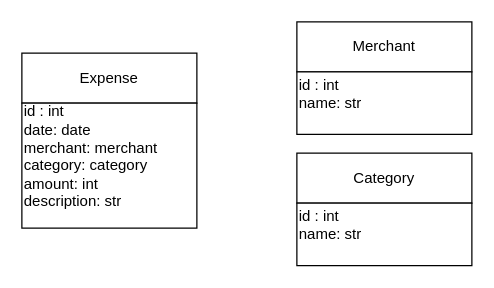
The draw.io diagram page "classes" (1 of 3) of diagrams_expense_tracker.drawio in sandramolina/pythonic_expense_tracker, before the edit. Source tidied: cells renumbered, new cells numbered last; positions are measured from the earlier drawing's top-left corner, leaving out a move shared by most shapes. Both pictures are drawn from the tidied source at 125%, with x=0, y=0 at pixel (21, 21).
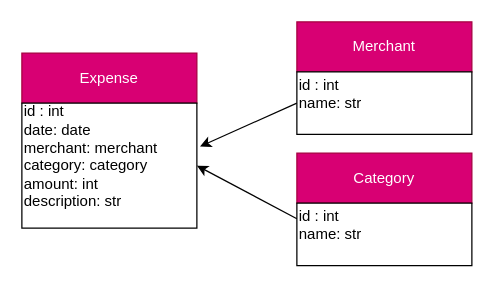
The same page after the edit.

Commit message:
adds basic objects diagrams

Diff of the diagram source:
```diff
@@
 <mxGraphModel>
   <root>
     <mxCell id="0" />
     <mxCell id="1" parent="0" />
-    <mxCell id="2" value="Expense" style="whiteSpace=wrap;html=1;" parent="1" vertex="1">
+    <mxCell id="2" value="Expense" style="whiteSpace=wrap;html=1;fillColor=#d80073;fontColor=#ffffff;strokeColor=#A50040;" parent="1" vertex="1">
       <mxGeometry y="25" width="140" height="40" as="geometry" />
     </mxCell>
     <mxCell id="3" value="&lt;div&gt;&lt;span&gt;id : int&lt;/span&gt;&lt;/div&gt;&lt;div&gt;&lt;span&gt;date: date&lt;/span&gt;&lt;/div&gt;&lt;div&gt;&lt;span&gt;merchant: merchant&lt;/span&gt;&lt;/div&gt;&lt;div&gt;&lt;span&gt;category: category&lt;/span&gt;&lt;/div&gt;&lt;div&gt;&lt;span&gt;amount: int&lt;/span&gt;&lt;/div&gt;&lt;div&gt;&lt;span&gt;description: str&lt;/span&gt;&lt;/div&gt;&lt;div&gt;&lt;span&gt;&lt;br&gt;&lt;/span&gt;&lt;/div&gt;" style="whiteSpace=wrap;html=1;align=left;" parent="1" vertex="1">
       <mxGeometry y="65" width="140" height="100" as="geometry" />
     </mxCell>
-    <mxCell id="4" value="Merchant" style="whiteSpace=wrap;html=1;" parent="1" vertex="1">
+    <mxCell id="4" value="Merchant" style="whiteSpace=wrap;html=1;fillColor=#d80073;fontColor=#ffffff;strokeColor=#A50040;" parent="1" vertex="1">
       <mxGeometry x="220" width="140" height="40" as="geometry" />
     </mxCell>
+    <mxCell id="8" style="edgeStyle=none;html=1;exitX=0;exitY=0.5;exitDx=0;exitDy=0;entryX=1.018;entryY=0.347;entryDx=0;entryDy=0;entryPerimeter=0;" parent="1" edge="1" source="5" target="3">
+      <mxGeometry relative="1" as="geometry" />
+    </mxCell>
     <mxCell id="5" value="&lt;div&gt;&lt;span&gt;id : int&lt;/span&gt;&lt;/div&gt;&lt;div&gt;name: str&lt;/div&gt;&lt;div&gt;&lt;span&gt;&lt;br&gt;&lt;/span&gt;&lt;/div&gt;" style="whiteSpace=wrap;html=1;align=left;" parent="1" vertex="1">
       <mxGeometry x="220" y="40" width="140" height="50" as="geometry" />
     </mxCell>
-    <mxCell id="6" value="Category" style="whiteSpace=wrap;html=1;" parent="1" vertex="1">
+    <mxCell id="6" value="Category" style="whiteSpace=wrap;html=1;fillColor=#d80073;fontColor=#ffffff;strokeColor=#A50040;" parent="1" vertex="1">
       <mxGeometry x="220" y="105" width="140" height="40" as="geometry" />
     </mxCell>
+    <mxCell id="9" style="edgeStyle=none;html=1;exitX=0;exitY=0.25;exitDx=0;exitDy=0;entryX=1;entryY=0.5;entryDx=0;entryDy=0;" parent="1" edge="1" source="7" target="3">
+      <mxGeometry relative="1" as="geometry" />
+    </mxCell>
     <mxCell id="7" value="&lt;div&gt;&lt;span&gt;id : int&lt;/span&gt;&lt;/div&gt;&lt;div&gt;name: str&lt;/div&gt;&lt;div&gt;&lt;span&gt;&lt;br&gt;&lt;/span&gt;&lt;/div&gt;" style="whiteSpace=wrap;html=1;align=left;" parent="1" vertex="1">
       <mxGeometry x="220" y="145" width="140" height="50" as="geometry" />
     </mxCell>
   </root>
 </mxGraphModel>
```
